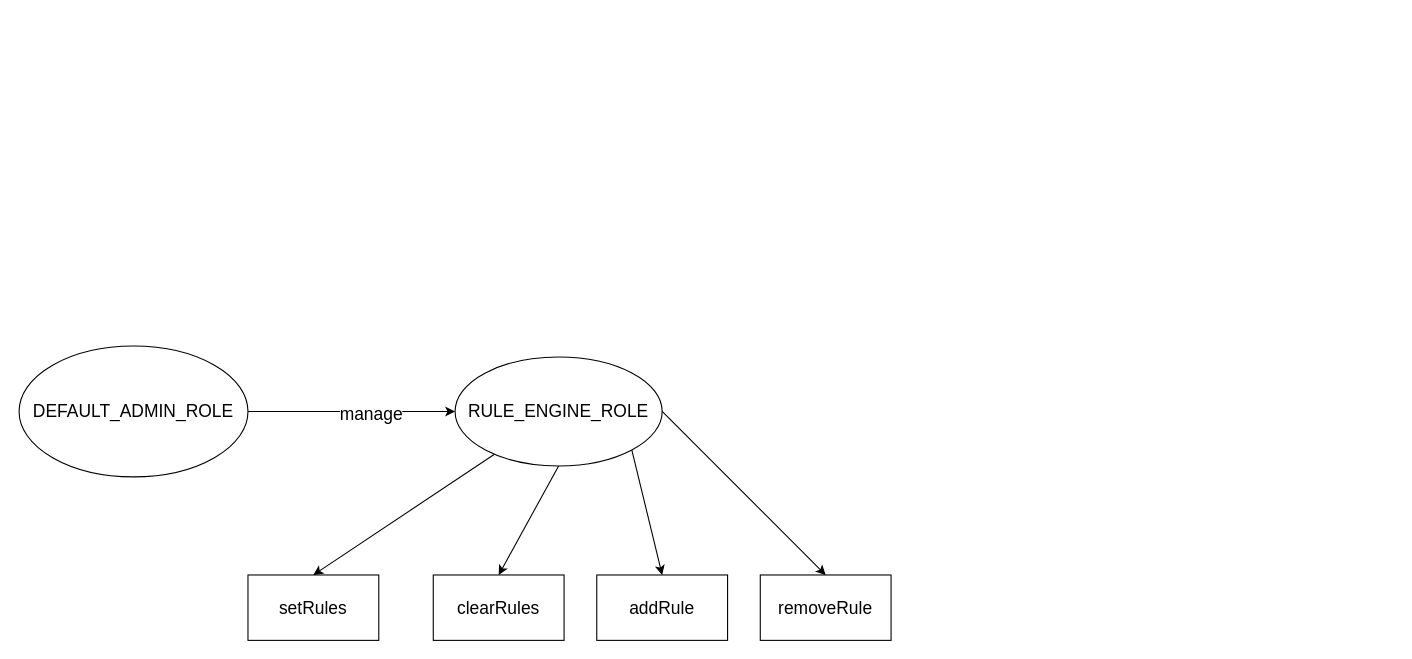
This is page "RuleEngine" (1 of 3) of doc/security/accessControl/access-control.drawio from CMTA/RuleEngine, a draw.io file, before an edit. Source tidied: cells renumbered, new cells numbered last; positions are measured from the earlier drawing's top-left corner, leaving out a move shared by most shapes. Both pictures are drawn from the tidied source at 109%, with x=0, y=0 at pixel (19, 346).
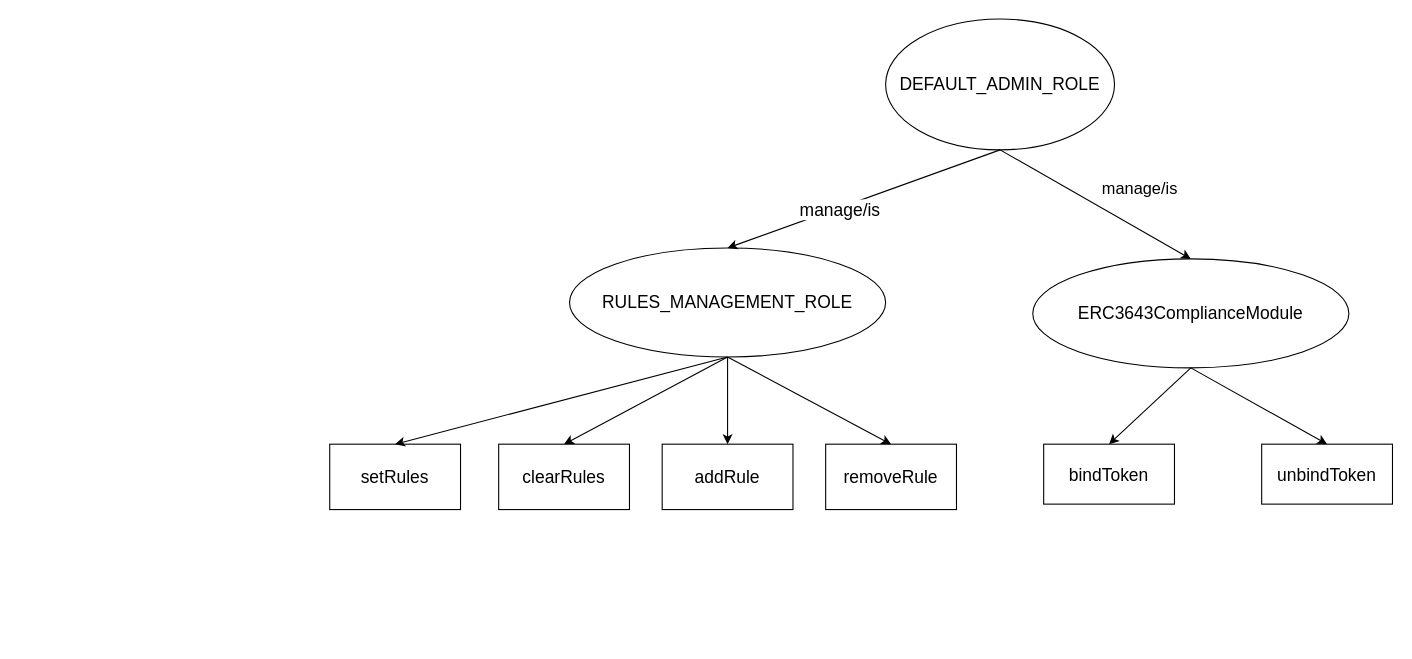
Above is the later version.

What changed in the source:
```diff
@@
     <mxCell id="2" value="DEFAULT_ADMIN_ROLE" style="ellipse;whiteSpace=wrap;html=1;fontSize=16;" parent="1" vertex="1">
-      <mxGeometry width="210" height="120" as="geometry" />
+      <mxGeometry x="795" y="-300" width="210" height="120" as="geometry" />
     </mxCell>
-    <mxCell id="3" value="RULE_ENGINE_ROLE" style="ellipse;whiteSpace=wrap;html=1;fontSize=16;" parent="1" vertex="1">
-      <mxGeometry x="400" y="10" width="190" height="100" as="geometry" />
+    <mxCell id="3" value="RULES_MANAGEMENT_ROLE" style="ellipse;whiteSpace=wrap;html=1;fontSize=16;" parent="1" vertex="1">
+      <mxGeometry x="505" y="-90" width="290" height="100" as="geometry" />
     </mxCell>
     <mxCell id="4" value="setRules" style="rounded=0;whiteSpace=wrap;html=1;fontSize=16;" parent="1" vertex="1">
-      <mxGeometry x="210" y="210" width="120" height="60" as="geometry" />
+      <mxGeometry x="285" y="90" width="120" height="60" as="geometry" />
     </mxCell>
     <mxCell id="5" value="clearRules" style="rounded=0;whiteSpace=wrap;html=1;fontSize=16;" parent="1" vertex="1">
-      <mxGeometry x="380" y="210" width="120" height="60" as="geometry" />
+      <mxGeometry x="440" y="90" width="120" height="60" as="geometry" />
     </mxCell>
     <mxCell id="6" value="addRule" style="rounded=0;whiteSpace=wrap;html=1;fontSize=16;" parent="1" vertex="1">
-      <mxGeometry x="530" y="210" width="120" height="60" as="geometry" />
+      <mxGeometry x="590" y="90" width="120" height="60" as="geometry" />
     </mxCell>
     <mxCell id="7" value="removeRule" style="rounded=0;whiteSpace=wrap;html=1;fontSize=16;" parent="1" vertex="1">
-      <mxGeometry x="680" y="210" width="120" height="60" as="geometry" />
+      <mxGeometry x="740" y="90" width="120" height="60" as="geometry" />
     </mxCell>
-    <mxCell id="8" style="endArrow=classic;html=1;rounded=0;entryX=0.5;entryY=0;entryDx=0;entryDy=0;fontSize=16;" parent="1" edge="1" source="3" target="4">
+    <mxCell id="8" style="endArrow=classic;html=1;rounded=0;entryX=0.5;entryY=0;entryDx=0;entryDy=0;fontSize=16;exitX=0.5;exitY=1;exitDx=0;exitDy=0;" parent="1" edge="1" source="3" target="4">
       <mxGeometry relative="1" as="geometry" />
     </mxCell>
@@
-    <mxCell id="10" style="endArrow=classic;html=1;rounded=0;fontSize=16;exitX=1;exitY=1;exitDx=0;exitDy=0;entryX=0.5;entryY=0;entryDx=0;entryDy=0;" parent="1" edge="1" source="3" target="6">
+    <mxCell id="10" style="endArrow=classic;html=1;rounded=0;fontSize=16;exitX=0.5;exitY=1;exitDx=0;exitDy=0;entryX=0.5;entryY=0;entryDx=0;entryDy=0;" parent="1" edge="1" source="3" target="6">
       <mxGeometry relative="1" as="geometry" />
     </mxCell>
-    <mxCell id="11" style="endArrow=classic;html=1;rounded=0;fontSize=16;exitX=1;exitY=0.5;exitDx=0;exitDy=0;entryX=0.5;entryY=0;entryDx=0;entryDy=0;" parent="1" edge="1" source="3" target="7">
+    <mxCell id="11" style="endArrow=classic;html=1;rounded=0;fontSize=16;entryX=0.5;entryY=0;entryDx=0;entryDy=0;exitX=0.5;exitY=1;exitDx=0;exitDy=0;" parent="1" edge="1" source="3" target="7">
       <mxGeometry relative="1" as="geometry" />
     </mxCell>
-    <mxCell id="12" style="endArrow=classic;html=1;rounded=0;fontSize=16;exitX=1;exitY=0.5;exitDx=0;exitDy=0;entryX=0;entryY=0.5;entryDx=0;entryDy=0;" parent="1" edge="1" source="2" target="3">
+    <mxCell id="12" style="endArrow=classic;html=1;rounded=0;fontSize=16;entryX=0.5;entryY=0;entryDx=0;entryDy=0;exitX=0.5;exitY=1;exitDx=0;exitDy=0;" parent="1" edge="1" source="2" target="3">
       <mxGeometry relative="1" as="geometry" />
     </mxCell>
-    <mxCell id="13" value="manage" style="edgeLabel;html=1;align=center;verticalAlign=middle;fontSize=16;" parent="12" vertex="1">
+    <mxCell id="13" value="manage/is" style="edgeLabel;html=1;align=center;verticalAlign=middle;fontSize=16;" parent="12" vertex="1">
       <mxGeometry x="0.18" relative="1" as="geometry">
         <mxPoint y="1" as="offset" />
       </mxGeometry>
     </mxCell>
+    <mxCell id="14" value="ERC3643ComplianceModule" style="ellipse;whiteSpace=wrap;html=1;fontSize=16;" parent="1" vertex="1">
+      <mxGeometry x="930" y="-80" width="290" height="100" as="geometry" />
+    </mxCell>
+    <mxCell id="15" style="endArrow=classic;html=1;rounded=0;exitX=0.5;exitY=1;exitDx=0;exitDy=0;entryX=0.5;entryY=0;entryDx=0;entryDy=0;" parent="1" edge="1" source="2" target="14">
+      <mxGeometry relative="1" as="geometry" />
+    </mxCell>
+    <mxCell id="16" value="manage/is" style="edgeLabel;html=1;align=center;verticalAlign=middle;fontSize=15;" parent="15" vertex="1">
+      <mxGeometry x="-0.09" relative="1" as="geometry">
+        <mxPoint x="48" y="-11" as="offset" />
+      </mxGeometry>
+    </mxCell>
+    <mxCell id="17" value="bindToken" style="rounded=0;whiteSpace=wrap;html=1;fontSize=16;" parent="1" vertex="1">
+      <mxGeometry x="940" y="90" width="120" height="55" as="geometry" />
+    </mxCell>
+    <mxCell id="18" value="unbindToken" style="rounded=0;whiteSpace=wrap;html=1;fontSize=16;" parent="1" vertex="1">
+      <mxGeometry x="1140" y="90" width="120" height="55" as="geometry" />
+    </mxCell>
+    <mxCell id="19" style="endArrow=classic;html=1;rounded=0;exitX=0.5;exitY=1;exitDx=0;exitDy=0;entryX=0.5;entryY=0;entryDx=0;entryDy=0;" parent="1" edge="1" source="14" target="17">
+      <mxGeometry relative="1" as="geometry" />
+    </mxCell>
+    <mxCell id="20" style="endArrow=classic;html=1;rounded=0;exitX=0.5;exitY=1;exitDx=0;exitDy=0;entryX=0.5;entryY=0;entryDx=0;entryDy=0;" parent="1" edge="1" source="14" target="18">
+      <mxGeometry relative="1" as="geometry" />
+    </mxCell>
```
